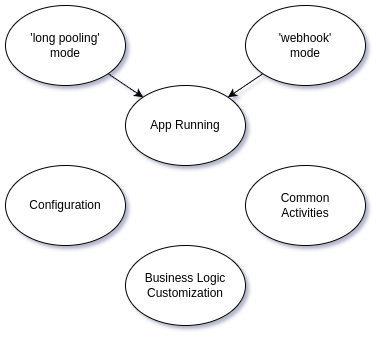
Above: doc/img/lib.uc.png in flancer32/teq-telegram-bot (draw.io), before the change. Source tidied: cells renumbered, new cells last; positions are measured from the earlier drawing's top-left corner, leaving out a move shared by most shapes.
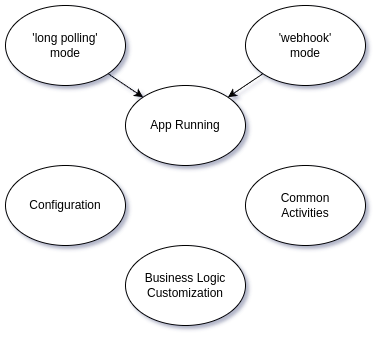
Later version of the same file.

What changed in the source:
```diff
@@ -8,7 +8,7 @@
     <mxCell id="3" style="rounded=0;jettySize=auto;html=1;entryX=0;entryY=0;entryDx=0;entryDy=0;" parent="1" edge="1" source="4" target="2">
       <mxGeometry relative="1" as="geometry" />
     </mxCell>
-    <mxCell id="4" value="'long pooling'&lt;div&gt;mode&lt;/div&gt;" style="ellipse;whiteSpace=wrap;html=1;" parent="1" vertex="1">
+    <mxCell id="4" value="'long polling'&lt;div&gt;mode&lt;/div&gt;" style="ellipse;whiteSpace=wrap;html=1;" parent="1" vertex="1">
       <mxGeometry width="120" height="80" as="geometry" />
     </mxCell>
     <mxCell id="5" style="rounded=0;jettySize=auto;html=1;entryX=1;entryY=0;entryDx=0;entryDy=0;" parent="1" edge="1" source="6" target="2">
```
